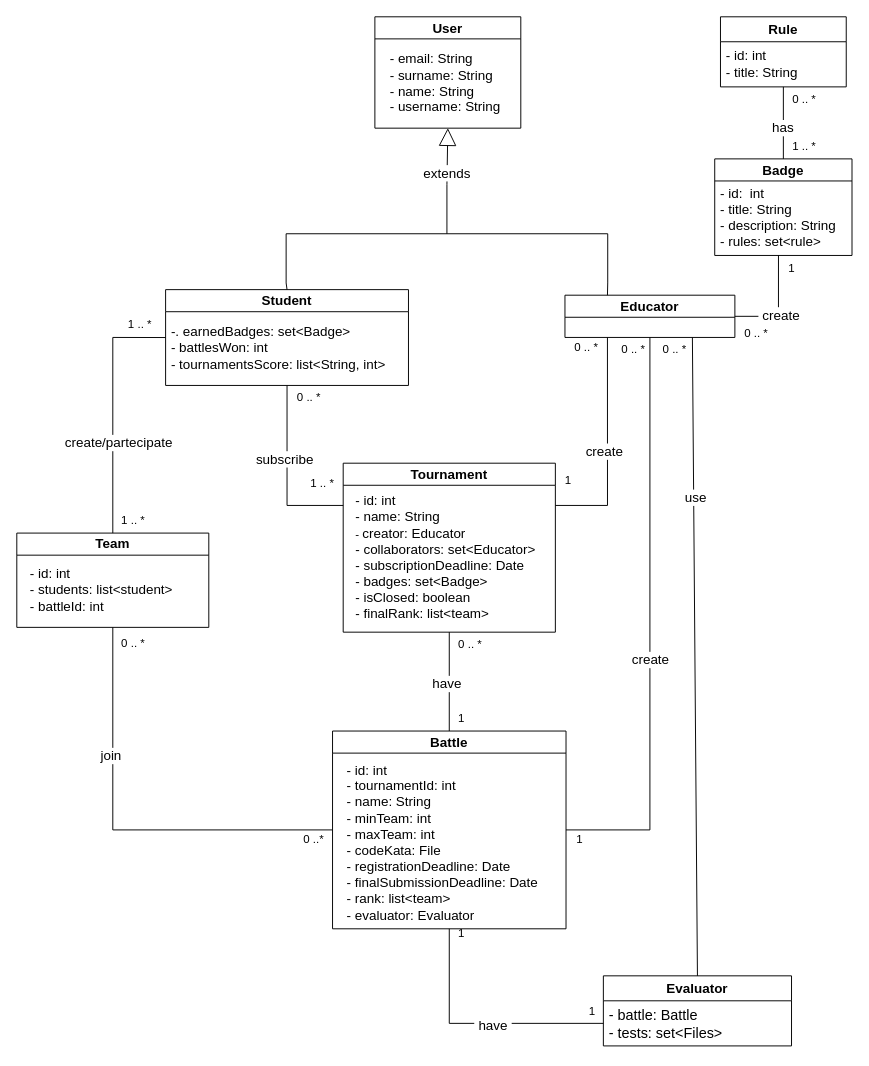
mttcrn/software-engineering-II-project keeps this draw.io diagram as diagrams/class diagram (UML)/ClassDiagram.drawio. Above is the earlier version. Source tidied: cells renumbered, new cells numbered last; positions are measured from the earlier drawing's top-left corner, leaving out a move shared by most shapes. Both pictures are drawn from the tidied source at 96%, with x=0, y=0 at pixel (16, 16).
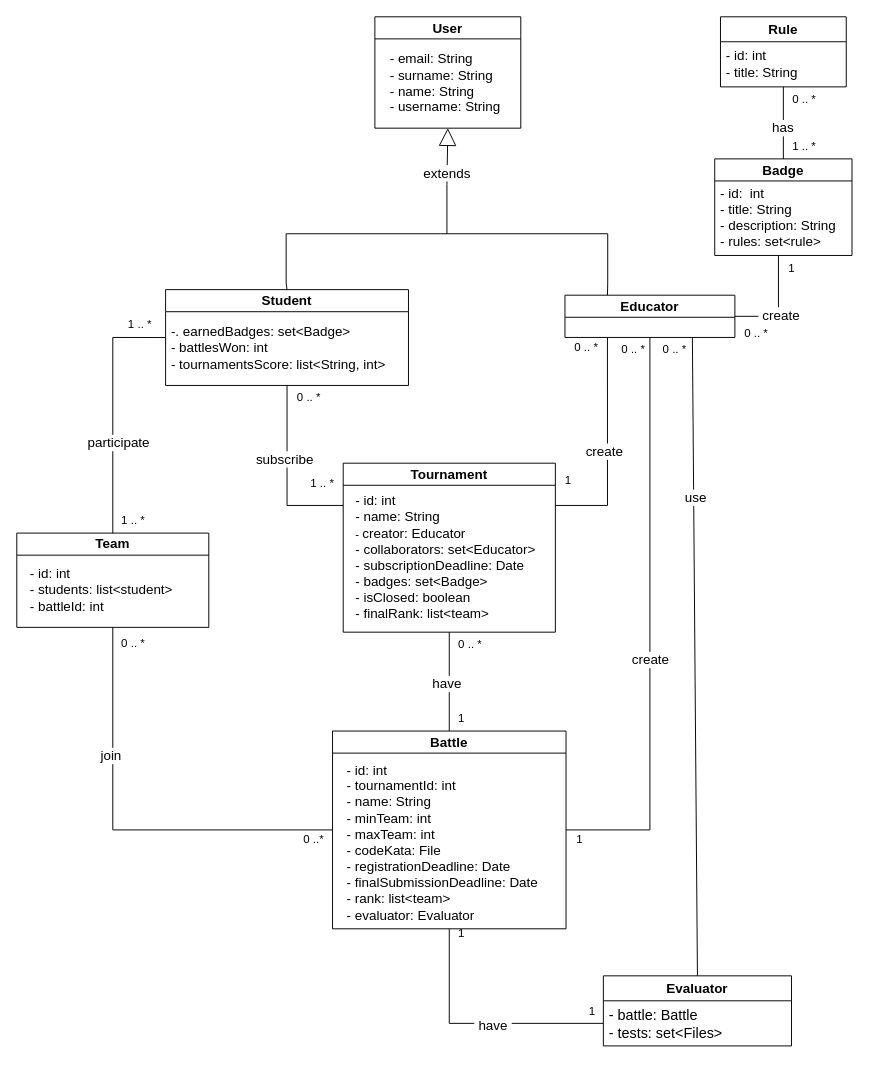
The same diagram, later.

The change refers to these unchanged cells:
```xml
<mxCell id="24" style="endArrow=none;html=1;rounded=0;entryX=0;entryY=0.5;entryDx=0;entryDy=0;exitX=0.5;exitY=0;exitDx=0;exitDy=0;labelBackgroundColor=none;fontColor=default;" parent="1" edge="1" source="22" target="4">
  <mxGeometry relative="1" as="geometry">
    <Array as="points">
      <mxPoint x="100" y="334" />
    </Array>
  </mxGeometry>
</mxCell>
```

What changed in the source:
```diff
@@
-    <mxCell id="25" value="create/partecipate" style="edgeLabel;html=1;align=center;verticalAlign=middle;fontSize=14;rounded=0;labelBackgroundColor=default;" parent="24" vertex="1">
+    <mxCell id="25" value="participate" style="edgeLabel;html=1;align=center;verticalAlign=middle;fontSize=14;rounded=0;labelBackgroundColor=default;" parent="24" vertex="1">
       <mxGeometry x="-0.27" y="-4" relative="1" as="geometry">
         <mxPoint x="1" as="offset" />
       </mxGeometry>
     </mxCell>
```
